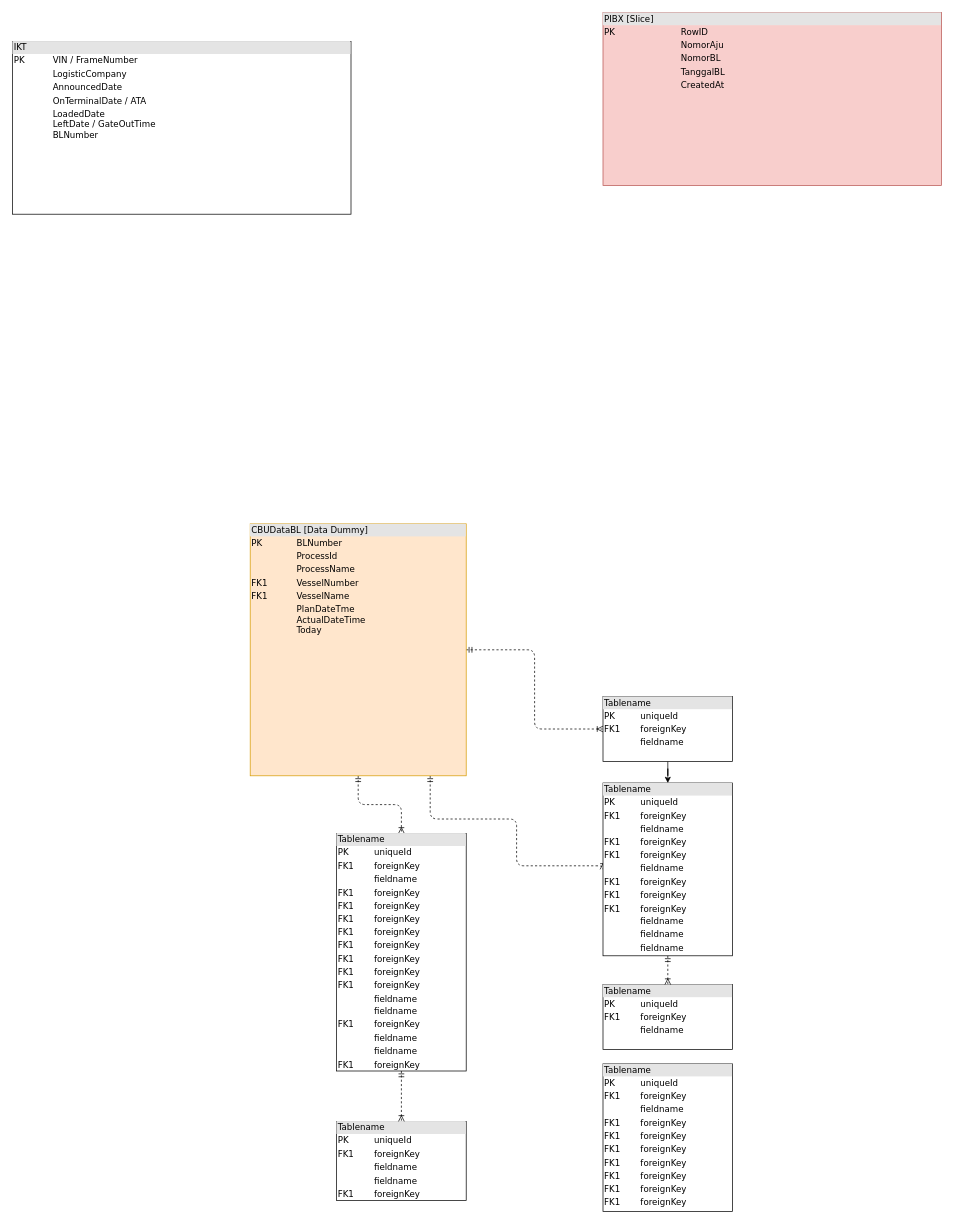
Above: page "Board1_ImportProgressSummary" (1 of 3) of TAM_IMIS_diagram.drawio in RifqiG759/BI_datasets (draw.io), before the change. Source tidied: cells renumbered, new cells numbered last; positions are measured from the earlier drawing's top-left corner, leaving out a move shared by most shapes. Both pictures are drawn from the tidied source at 72%, with x=0, y=0 at pixel (12, 12).
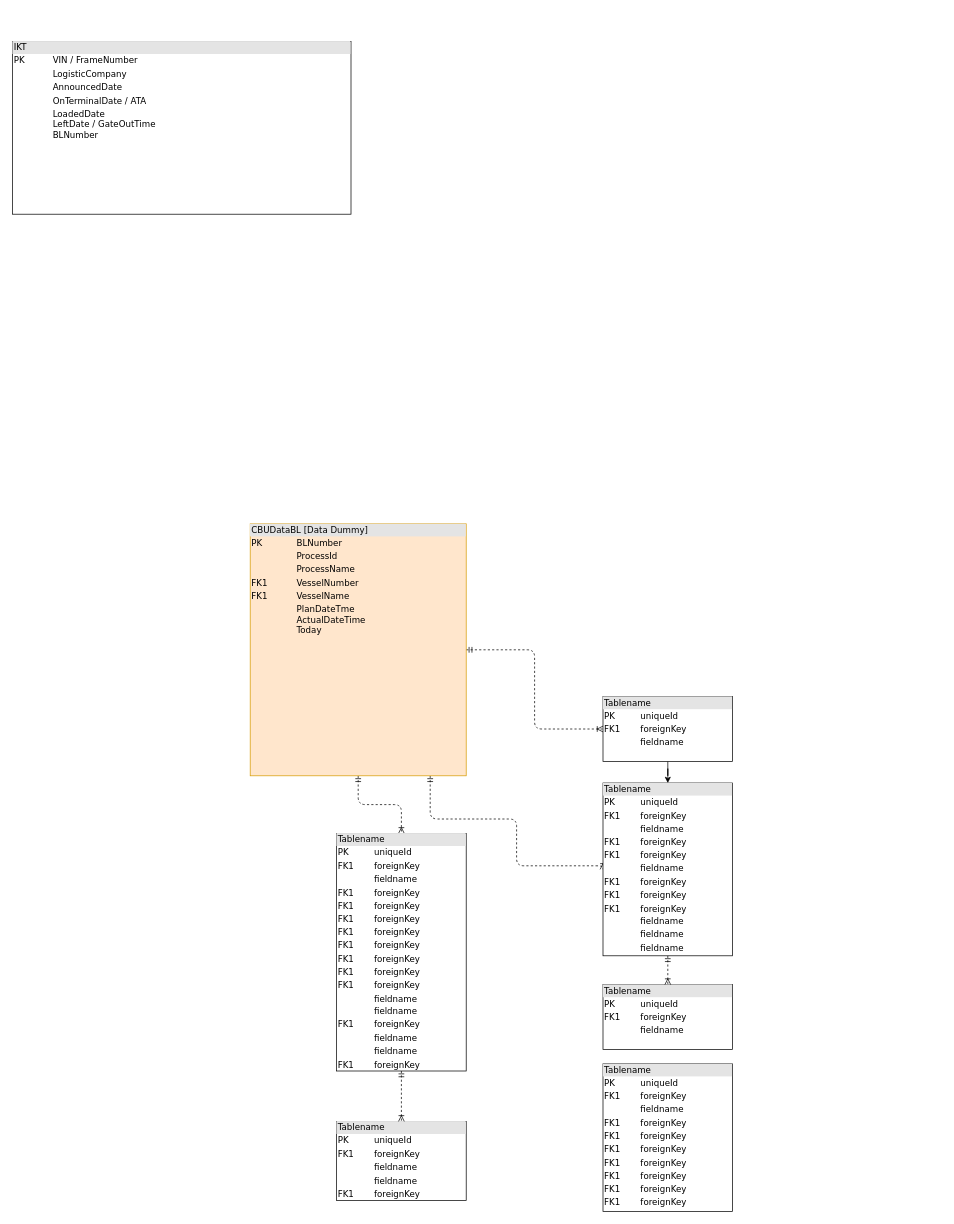
The same diagram, later.

What changed in the source:
```diff
@@
 <mxGraphModel background="#ffffff">
   <root>
     <mxCell id="0" />
     <mxCell id="1" parent="0" />
     <mxCell id="2" style="edgeStyle=orthogonalEdgeStyle;html=1;entryX=0.5;entryY=0;dashed=1;labelBackgroundColor=none;startArrow=ERmandOne;endArrow=ERoneToMany;fontFamily=Verdana;fontSize=12;align=left;" parent="1" edge="1" source="5" target="9">
       <mxGeometry relative="1" as="geometry" />
     </mxCell>
     <mxCell id="3" style="edgeStyle=orthogonalEdgeStyle;html=1;dashed=1;labelBackgroundColor=none;startArrow=ERmandOne;endArrow=ERoneToMany;fontFamily=Verdana;fontSize=12;align=left;entryX=0;entryY=0.5;" parent="1" edge="1" source="5" target="12">
       <mxGeometry relative="1" as="geometry">
         <Array as="points">
           <mxPoint x="580" y="1120" />
           <mxPoint x="700" y="1120" />
           <mxPoint x="700" y="1185" />
         </Array>
       </mxGeometry>
     </mxCell>
     <mxCell id="4" style="edgeStyle=orthogonalEdgeStyle;html=1;dashed=1;labelBackgroundColor=none;startArrow=ERmandOne;endArrow=ERoneToMany;fontFamily=Verdana;fontSize=12;align=left;" parent="1" edge="1" source="5" target="14">
       <mxGeometry relative="1" as="geometry" />
     </mxCell>
     <mxCell id="5" value="&lt;div style=&quot;box-sizing: border-box ; width: 100% ; background: #e4e4e4 ; padding: 2px&quot;&gt;CBUDataBL [Data Dummy]&lt;/div&gt;&lt;table style=&quot;width: 100% ; font-size: 1em&quot; cellpadding=&quot;2&quot; cellspacing=&quot;0&quot;&gt;&lt;tbody&gt;&lt;tr&gt;&lt;td&gt;PK&lt;/td&gt;&lt;td&gt;BLNumber&lt;/td&gt;&lt;/tr&gt;&lt;tr&gt;&lt;td&gt;&lt;/td&gt;&lt;td&gt;ProcessId&lt;/td&gt;&lt;/tr&gt;&lt;tr&gt;&lt;td&gt;&lt;br&gt;&lt;/td&gt;&lt;td&gt;ProcessName&lt;/td&gt;&lt;/tr&gt;&lt;tr&gt;&lt;td&gt;FK1&lt;br&gt;&lt;/td&gt;&lt;td&gt;VesselNumber&lt;/td&gt;&lt;/tr&gt;&lt;tr&gt;&lt;td&gt;FK1&lt;br&gt;&lt;/td&gt;&lt;td&gt;VesselName&lt;/td&gt;&lt;/tr&gt;&lt;tr&gt;&lt;td&gt;&lt;br&gt;&lt;/td&gt;&lt;td&gt;PlanDateTme&lt;br&gt;ActualDateTime&lt;br&gt;Today&lt;/td&gt;&lt;/tr&gt;&lt;tr&gt;&lt;td&gt;&lt;br&gt;&lt;/td&gt;&lt;td&gt;&lt;br&gt;&lt;/td&gt;&lt;/tr&gt;&lt;tr&gt;&lt;td&gt;&lt;br&gt;&lt;/td&gt;&lt;td&gt;&lt;br&gt;&lt;/td&gt;&lt;/tr&gt;&lt;tr&gt;&lt;td&gt;&lt;br&gt;&lt;/td&gt;&lt;td&gt;&lt;br&gt;&lt;/td&gt;&lt;/tr&gt;&lt;/tbody&gt;&lt;/table&gt;" style="verticalAlign=top;align=left;overflow=fill;html=1;rounded=0;shadow=0;comic=0;labelBackgroundColor=none;strokeColor=#d79b00;strokeWidth=1;fillColor=#ffe6cc;fontFamily=Verdana;fontSize=12;" parent="1" vertex="1">
       <mxGeometry x="330" y="710" width="300" height="350" as="geometry" />
     </mxCell>
     <mxCell id="6" value="&lt;div style=&quot;box-sizing: border-box ; width: 100% ; background: #e4e4e4 ; padding: 2px&quot;&gt;Tablename&lt;/div&gt;&lt;table style=&quot;width: 100% ; font-size: 1em&quot; cellpadding=&quot;2&quot; cellspacing=&quot;0&quot;&gt;&lt;tbody&gt;&lt;tr&gt;&lt;td&gt;PK&lt;/td&gt;&lt;td&gt;uniqueId&lt;/td&gt;&lt;/tr&gt;&lt;tr&gt;&lt;td&gt;FK1&lt;/td&gt;&lt;td&gt;foreignKey&lt;/td&gt;&lt;/tr&gt;&lt;tr&gt;&lt;td&gt;&lt;/td&gt;&lt;td&gt;fieldname&lt;/td&gt;&lt;/tr&gt;&lt;tr&gt;&lt;td&gt;FK1&lt;br&gt;&lt;/td&gt;&lt;td&gt;foreignKey&lt;br&gt;&lt;/td&gt;&lt;/tr&gt;&lt;tr&gt;&lt;td&gt;FK1&lt;br&gt;&lt;/td&gt;&lt;td&gt;foreignKey&lt;br&gt;&lt;/td&gt;&lt;/tr&gt;&lt;tr&gt;&lt;td&gt;FK1&lt;br&gt;&lt;/td&gt;&lt;td&gt;foreignKey&lt;br&gt;&lt;/td&gt;&lt;/tr&gt;&lt;tr&gt;&lt;td&gt;FK1&lt;br&gt;&lt;/td&gt;&lt;td&gt;foreignKey&lt;br&gt;&lt;/td&gt;&lt;/tr&gt;&lt;tr&gt;&lt;td&gt;FK1&lt;br&gt;&lt;/td&gt;&lt;td&gt;foreignKey&lt;br&gt;&lt;/td&gt;&lt;/tr&gt;&lt;tr&gt;&lt;td&gt;FK1&lt;br&gt;&lt;/td&gt;&lt;td&gt;foreignKey&lt;br&gt;&lt;/td&gt;&lt;/tr&gt;&lt;tr&gt;&lt;td&gt;FK1&lt;br&gt;&lt;/td&gt;&lt;td&gt;foreignKey&lt;br&gt;&lt;/td&gt;&lt;/tr&gt;&lt;/tbody&gt;&lt;/table&gt;" style="verticalAlign=top;align=left;overflow=fill;html=1;rounded=0;shadow=0;comic=0;labelBackgroundColor=none;strokeColor=#000000;strokeWidth=1;fillColor=#ffffff;fontFamily=Verdana;fontSize=12;fontColor=#000000;" parent="1" vertex="1">
       <mxGeometry x="820" y="1460" width="180" height="205" as="geometry" />
     </mxCell>
     <mxCell id="7" value="&lt;div style=&quot;box-sizing: border-box ; width: 100% ; background: #e4e4e4 ; padding: 2px&quot;&gt;Tablename&lt;/div&gt;&lt;table style=&quot;width: 100% ; font-size: 1em&quot; cellpadding=&quot;2&quot; cellspacing=&quot;0&quot;&gt;&lt;tbody&gt;&lt;tr&gt;&lt;td&gt;PK&lt;/td&gt;&lt;td&gt;uniqueId&lt;/td&gt;&lt;/tr&gt;&lt;tr&gt;&lt;td&gt;FK1&lt;/td&gt;&lt;td&gt;foreignKey&lt;/td&gt;&lt;/tr&gt;&lt;tr&gt;&lt;td&gt;&lt;/td&gt;&lt;td&gt;fieldname&lt;/td&gt;&lt;/tr&gt;&lt;tr&gt;&lt;td&gt;&lt;br&gt;&lt;/td&gt;&lt;td&gt;fieldname&lt;br&gt;&lt;/td&gt;&lt;/tr&gt;&lt;tr&gt;&lt;td&gt;FK1&lt;br&gt;&lt;/td&gt;&lt;td&gt;foreignKey&lt;br&gt;&lt;/td&gt;&lt;/tr&gt;&lt;/tbody&gt;&lt;/table&gt;" style="verticalAlign=top;align=left;overflow=fill;html=1;rounded=0;shadow=0;comic=0;labelBackgroundColor=none;strokeColor=#000000;strokeWidth=1;fillColor=#ffffff;fontFamily=Verdana;fontSize=12;fontColor=#000000;" parent="1" vertex="1">
       <mxGeometry x="450" y="1540" width="180" height="110" as="geometry" />
     </mxCell>
     <mxCell id="8" style="edgeStyle=orthogonalEdgeStyle;html=1;entryX=0.5;entryY=0;labelBackgroundColor=none;startArrow=ERmandOne;endArrow=ERoneToMany;fontFamily=Verdana;fontSize=12;align=left;dashed=1;" parent="1" edge="1" source="9" target="7">
       <mxGeometry relative="1" as="geometry" />
     </mxCell>
     <mxCell id="9" value="&lt;div style=&quot;box-sizing: border-box ; width: 100% ; background: #e4e4e4 ; padding: 2px&quot;&gt;Tablename&lt;/div&gt;&lt;table style=&quot;width: 100% ; font-size: 1em&quot; cellpadding=&quot;2&quot; cellspacing=&quot;0&quot;&gt;&lt;tbody&gt;&lt;tr&gt;&lt;td&gt;PK&lt;/td&gt;&lt;td&gt;uniqueId&lt;/td&gt;&lt;/tr&gt;&lt;tr&gt;&lt;td&gt;FK1&lt;/td&gt;&lt;td&gt;foreignKey&lt;/td&gt;&lt;/tr&gt;&lt;tr&gt;&lt;td&gt;&lt;/td&gt;&lt;td&gt;fieldname&lt;/td&gt;&lt;/tr&gt;&lt;tr&gt;&lt;td&gt;FK1&lt;br&gt;&lt;/td&gt;&lt;td&gt;foreignKey&lt;br&gt;&lt;/td&gt;&lt;/tr&gt;&lt;tr&gt;&lt;td&gt;FK1&lt;br&gt;&lt;/td&gt;&lt;td&gt;foreignKey&lt;br&gt;&lt;/td&gt;&lt;/tr&gt;&lt;tr&gt;&lt;td&gt;FK1&lt;br&gt;&lt;/td&gt;&lt;td&gt;foreignKey&lt;br&gt;&lt;/td&gt;&lt;/tr&gt;&lt;tr&gt;&lt;td&gt;FK1&lt;br&gt;&lt;/td&gt;&lt;td&gt;foreignKey&lt;br&gt;&lt;/td&gt;&lt;/tr&gt;&lt;tr&gt;&lt;td&gt;FK1&lt;br&gt;&lt;/td&gt;&lt;td&gt;foreignKey&lt;br&gt;&lt;/td&gt;&lt;/tr&gt;&lt;tr&gt;&lt;td&gt;FK1&lt;br&gt;&lt;/td&gt;&lt;td&gt;foreignKey&lt;br&gt;&lt;/td&gt;&lt;/tr&gt;&lt;tr&gt;&lt;td&gt;FK1&lt;br&gt;&lt;/td&gt;&lt;td&gt;foreignKey&lt;br&gt;&lt;/td&gt;&lt;/tr&gt;&lt;tr&gt;&lt;td&gt;FK1&lt;br&gt;&lt;/td&gt;&lt;td&gt;foreignKey&lt;br&gt;&lt;/td&gt;&lt;/tr&gt;&lt;tr&gt;&lt;td&gt;&lt;br&gt;&lt;/td&gt;&lt;td&gt;fieldname&lt;br&gt;&lt;/td&gt;&lt;/tr&gt;&lt;tr&gt;&lt;td&gt;&lt;br&gt;&lt;/td&gt;&lt;td&gt;fieldname&lt;br&gt;&lt;/td&gt;&lt;/tr&gt;&lt;tr&gt;&lt;td&gt;FK1&lt;br&gt;&lt;/td&gt;&lt;td&gt;foreignKey&lt;br&gt;&lt;/td&gt;&lt;/tr&gt;&lt;tr&gt;&lt;td&gt;&lt;br&gt;&lt;/td&gt;&lt;td&gt;fieldname&lt;br&gt;&lt;/td&gt;&lt;/tr&gt;&lt;tr&gt;&lt;td&gt;&lt;br&gt;&lt;/td&gt;&lt;td&gt;fieldname&lt;br&gt;&lt;/td&gt;&lt;/tr&gt;&lt;tr&gt;&lt;td&gt;FK1&lt;br&gt;&lt;/td&gt;&lt;td&gt;foreignKey&lt;br&gt;&lt;/td&gt;&lt;/tr&gt;&lt;/tbody&gt;&lt;/table&gt;" style="verticalAlign=top;align=left;overflow=fill;html=1;rounded=0;shadow=0;comic=0;labelBackgroundColor=none;strokeColor=#000000;strokeWidth=1;fillColor=#ffffff;fontFamily=Verdana;fontSize=12;fontColor=#000000;" parent="1" vertex="1">
       <mxGeometry x="450" y="1140" width="180" height="330" as="geometry" />
     </mxCell>
     <mxCell id="10" value="&lt;div style=&quot;box-sizing:border-box;width:100%;background:#e4e4e4;padding:2px;&quot;&gt;Tablename&lt;/div&gt;&lt;table style=&quot;width:100%;font-size:1em;&quot; cellpadding=&quot;2&quot; cellspacing=&quot;0&quot;&gt;&lt;tr&gt;&lt;td&gt;PK&lt;/td&gt;&lt;td&gt;uniqueId&lt;/td&gt;&lt;/tr&gt;&lt;tr&gt;&lt;td&gt;FK1&lt;/td&gt;&lt;td&gt;foreignKey&lt;/td&gt;&lt;/tr&gt;&lt;tr&gt;&lt;td&gt;&lt;/td&gt;&lt;td&gt;fieldname&lt;/td&gt;&lt;/tr&gt;&lt;/table&gt;" style="verticalAlign=top;align=left;overflow=fill;html=1;rounded=0;shadow=0;comic=0;labelBackgroundColor=none;strokeColor=#000000;strokeWidth=1;fillColor=#ffffff;fontFamily=Verdana;fontSize=12;fontColor=#000000;" parent="1" vertex="1">
       <mxGeometry x="820" y="1350" width="180" height="90" as="geometry" />
     </mxCell>
     <mxCell id="11" style="edgeStyle=orthogonalEdgeStyle;html=1;entryX=0.5;entryY=0;dashed=1;labelBackgroundColor=none;startArrow=ERmandOne;endArrow=ERoneToMany;fontFamily=Verdana;fontSize=12;align=left;" parent="1" edge="1" source="12" target="10">
       <mxGeometry relative="1" as="geometry" />
     </mxCell>
     <mxCell id="12" value="&lt;div style=&quot;box-sizing: border-box ; width: 100% ; background: #e4e4e4 ; padding: 2px&quot;&gt;Tablename&lt;/div&gt;&lt;table style=&quot;width: 100% ; font-size: 1em&quot; cellpadding=&quot;2&quot; cellspacing=&quot;0&quot;&gt;&lt;tbody&gt;&lt;tr&gt;&lt;td&gt;PK&lt;/td&gt;&lt;td&gt;uniqueId&lt;/td&gt;&lt;/tr&gt;&lt;tr&gt;&lt;td&gt;FK1&lt;/td&gt;&lt;td&gt;foreignKey&lt;/td&gt;&lt;/tr&gt;&lt;tr&gt;&lt;td&gt;&lt;/td&gt;&lt;td&gt;fieldname&lt;/td&gt;&lt;/tr&gt;&lt;tr&gt;&lt;td&gt;FK1&lt;br&gt;&lt;/td&gt;&lt;td&gt;foreignKey&lt;br&gt;&lt;/td&gt;&lt;/tr&gt;&lt;tr&gt;&lt;td&gt;FK1&lt;br&gt;&lt;/td&gt;&lt;td&gt;foreignKey&lt;br&gt;&lt;/td&gt;&lt;/tr&gt;&lt;tr&gt;&lt;td&gt;&lt;br&gt;&lt;/td&gt;&lt;td&gt;fieldname&lt;br&gt;&lt;/td&gt;&lt;/tr&gt;&lt;tr&gt;&lt;td&gt;FK1&lt;br&gt;&lt;/td&gt;&lt;td&gt;foreignKey&lt;br&gt;&lt;/td&gt;&lt;/tr&gt;&lt;tr&gt;&lt;td&gt;FK1&lt;br&gt;&lt;/td&gt;&lt;td&gt;foreignKey&lt;br&gt;&lt;/td&gt;&lt;/tr&gt;&lt;tr&gt;&lt;td&gt;FK1&lt;br&gt;&lt;/td&gt;&lt;td&gt;foreignKey&lt;br&gt;&lt;/td&gt;&lt;/tr&gt;&lt;tr&gt;&lt;td&gt;&lt;br&gt;&lt;/td&gt;&lt;td&gt;fieldname&lt;br&gt;&lt;/td&gt;&lt;/tr&gt;&lt;tr&gt;&lt;td&gt;&lt;br&gt;&lt;/td&gt;&lt;td&gt;fieldname&lt;br&gt;&lt;/td&gt;&lt;/tr&gt;&lt;tr&gt;&lt;td&gt;&lt;br&gt;&lt;/td&gt;&lt;td&gt;fieldname&lt;br&gt;&lt;/td&gt;&lt;/tr&gt;&lt;/tbody&gt;&lt;/table&gt;" style="verticalAlign=top;align=left;overflow=fill;html=1;rounded=0;shadow=0;comic=0;labelBackgroundColor=none;strokeColor=#000000;strokeWidth=1;fillColor=#ffffff;fontFamily=Verdana;fontSize=12;fontColor=#000000;" parent="1" vertex="1">
       <mxGeometry x="820" y="1070" width="180" height="240" as="geometry" />
     </mxCell>
     <mxCell id="13" style="edgeStyle=orthogonalEdgeStyle;rounded=0;jettySize=auto;html=1;" parent="1" edge="1" source="14" target="12">
       <mxGeometry relative="1" as="geometry" />
     </mxCell>
     <mxCell id="14" value="&lt;div style=&quot;box-sizing:border-box;width:100%;background:#e4e4e4;padding:2px;&quot;&gt;Tablename&lt;/div&gt;&lt;table style=&quot;width:100%;font-size:1em;&quot; cellpadding=&quot;2&quot; cellspacing=&quot;0&quot;&gt;&lt;tr&gt;&lt;td&gt;PK&lt;/td&gt;&lt;td&gt;uniqueId&lt;/td&gt;&lt;/tr&gt;&lt;tr&gt;&lt;td&gt;FK1&lt;/td&gt;&lt;td&gt;foreignKey&lt;/td&gt;&lt;/tr&gt;&lt;tr&gt;&lt;td&gt;&lt;/td&gt;&lt;td&gt;fieldname&lt;/td&gt;&lt;/tr&gt;&lt;/table&gt;" style="verticalAlign=top;align=left;overflow=fill;html=1;rounded=0;shadow=0;comic=0;labelBackgroundColor=none;strokeColor=#000000;strokeWidth=1;fillColor=#ffffff;fontFamily=Verdana;fontSize=12;fontColor=#000000;" parent="1" vertex="1">
       <mxGeometry x="820" y="950" width="180" height="90" as="geometry" />
     </mxCell>
     <mxCell id="15" value="&lt;div style=&quot;box-sizing: border-box ; width: 100% ; background: #e4e4e4 ; padding: 2px&quot;&gt;IKT&lt;/div&gt;&lt;table style=&quot;width: 100% ; font-size: 1em&quot; cellpadding=&quot;2&quot; cellspacing=&quot;0&quot;&gt;&lt;tbody&gt;&lt;tr&gt;&lt;td&gt;PK&lt;/td&gt;&lt;td&gt;VIN / FrameNumber&lt;/td&gt;&lt;/tr&gt;&lt;tr&gt;&lt;td&gt;&lt;br&gt;&lt;/td&gt;&lt;td&gt;LogisticCompany&lt;/td&gt;&lt;/tr&gt;&lt;tr&gt;&lt;td&gt;&lt;/td&gt;&lt;td&gt;AnnouncedDate&lt;/td&gt;&lt;/tr&gt;&lt;tr&gt;&lt;td&gt;&lt;br&gt;&lt;/td&gt;&lt;td&gt;OnTerminalDate / ATA&lt;/td&gt;&lt;/tr&gt;&lt;tr&gt;&lt;td&gt;&lt;br&gt;&lt;/td&gt;&lt;td&gt;LoadedDate&lt;br&gt;LeftDate / GateOutTime&lt;br&gt;BLNumber&lt;br&gt;&lt;br&gt;&lt;/td&gt;&lt;/tr&gt;&lt;tr&gt;&lt;td&gt;&lt;/td&gt;&lt;td&gt;&lt;/td&gt;&lt;/tr&gt;&lt;/tbody&gt;&lt;/table&gt;" style="verticalAlign=top;align=left;overflow=fill;html=1;rounded=0;shadow=0;comic=0;labelBackgroundColor=none;strokeColor=#000000;strokeWidth=1;fillColor=#ffffff;fontFamily=Verdana;fontSize=12;fontColor=#000000;" parent="1" vertex="1">
       <mxGeometry y="40" width="470" height="240" as="geometry" />
     </mxCell>
-    <mxCell id="16" value="&lt;div style=&quot;box-sizing: border-box ; width: 100% ; background: #e4e4e4 ; padding: 2px&quot;&gt;PIBX [Slice]&lt;/div&gt;&lt;table style=&quot;width: 100% ; font-size: 1em&quot; cellpadding=&quot;2&quot; cellspacing=&quot;0&quot;&gt;&lt;tbody&gt;&lt;tr&gt;&lt;td&gt;PK&lt;/td&gt;&lt;td&gt;RowID&lt;/td&gt;&lt;/tr&gt;&lt;tr&gt;&lt;td&gt;&lt;br&gt;&lt;/td&gt;&lt;td&gt;NomorAju&lt;/td&gt;&lt;/tr&gt;&lt;tr&gt;&lt;td&gt;&lt;/td&gt;&lt;td&gt;NomorBL&lt;/td&gt;&lt;/tr&gt;&lt;tr&gt;&lt;td&gt;&lt;br&gt;&lt;/td&gt;&lt;td&gt;TanggalBL&lt;/td&gt;&lt;/tr&gt;&lt;tr&gt;&lt;td&gt;&lt;br&gt;&lt;/td&gt;&lt;td&gt;CreatedAt&lt;/td&gt;&lt;/tr&gt;&lt;tr&gt;&lt;td&gt;&lt;/td&gt;&lt;td&gt;&lt;/td&gt;&lt;/tr&gt;&lt;/tbody&gt;&lt;/table&gt;" style="verticalAlign=top;align=left;overflow=fill;html=1;rounded=0;shadow=0;comic=0;labelBackgroundColor=none;strokeColor=#b85450;strokeWidth=1;fillColor=#f8cecc;fontFamily=Verdana;fontSize=12;" parent="1" vertex="1">
-      <mxGeometry x="820" width="470" height="240" as="geometry" />
-    </mxCell>
   </root>
 </mxGraphModel>
```
